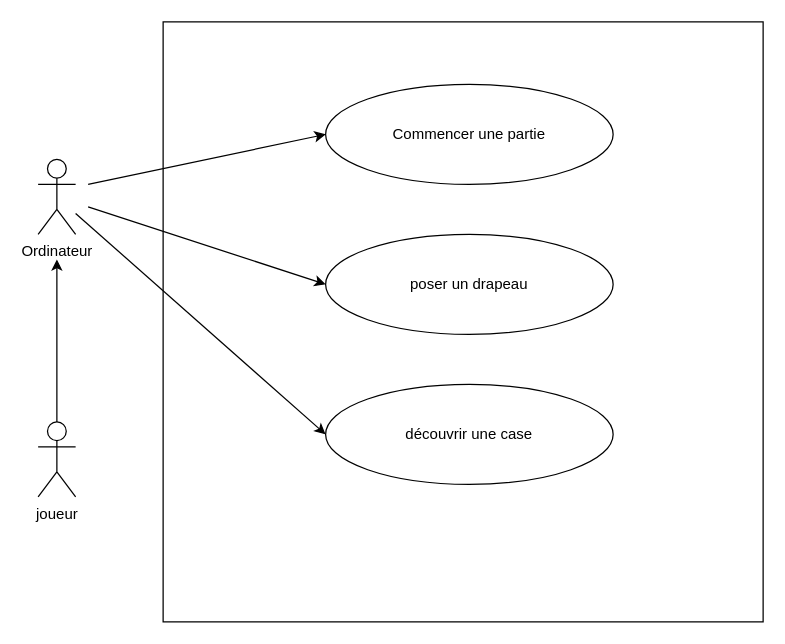
The draw.io diagram use_case.drawio in Amauryblo/Demineur, before the edit. Source tidied: cells renumbered, new cells numbered last; positions are measured from the earlier drawing's top-left corner, leaving out a move shared by most shapes. Both pictures are drawn from the tidied source at 125%, with x=0, y=0 at pixel (38, 21).
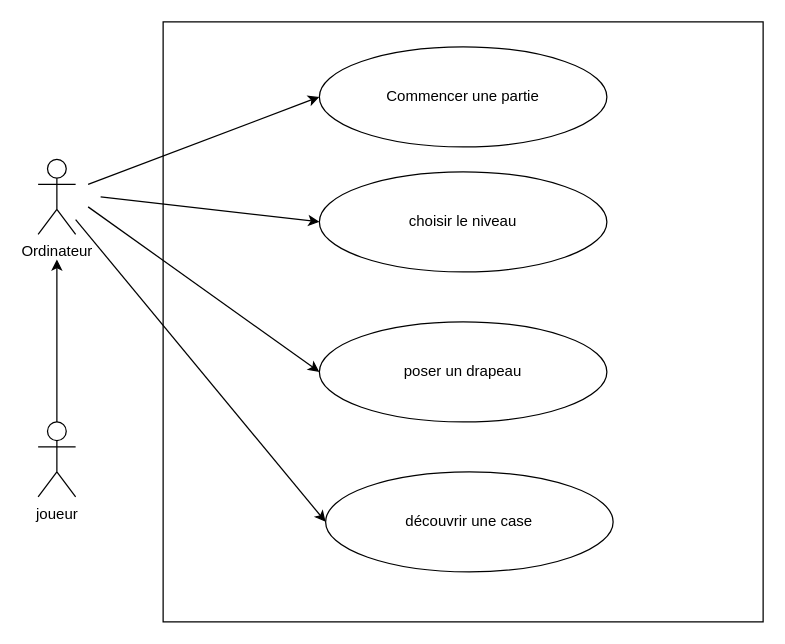
Above is the later version.

Commit message (it also covers changes not shown here):
Mettre à jour use_case.drawio

The edit, as a diff of the source:
```diff
@@
 <mxGraphModel>
   <root>
     <mxCell id="0" />
     <mxCell id="1" parent="0" />
     <mxCell id="2" style="whiteSpace=wrap;html=1;" parent="1" vertex="1">
       <mxGeometry x="100" width="480" height="480" as="geometry" />
     </mxCell>
     <mxCell id="3" style="edgeStyle=orthogonalEdgeStyle;rounded=0;jettySize=auto;html=1;" parent="1" edge="1" source="4">
       <mxGeometry relative="1" as="geometry">
         <mxPoint x="15" y="190" as="targetPoint" />
       </mxGeometry>
     </mxCell>
     <mxCell id="4" value="joueur" style="shape=umlActor;verticalLabelPosition=bottom;verticalAlign=top;html=1;outlineConnect=0;" parent="1" vertex="1">
       <mxGeometry y="320" width="30" height="60" as="geometry" />
     </mxCell>
     <mxCell id="5" value="Ordinateur" style="shape=umlActor;verticalLabelPosition=bottom;verticalAlign=top;html=1;outlineConnect=0;" parent="1" vertex="1">
       <mxGeometry y="110" width="30" height="60" as="geometry" />
     </mxCell>
     <mxCell id="6" style="endArrow=classic;html=1;rounded=0;entryX=0;entryY=0.5;entryDx=0;entryDy=0;" parent="1" edge="1" source="5" target="7">
       <mxGeometry relative="1" as="geometry" />
     </mxCell>
     <mxCell id="7" value="découvrir une case" style="ellipse;whiteSpace=wrap;html=1;" parent="1" vertex="1">
-      <mxGeometry x="230" y="290" width="230" height="80" as="geometry" />
+      <mxGeometry x="230" y="360" width="230" height="80" as="geometry" />
     </mxCell>
     <mxCell id="8" value="poser un drapeau" style="ellipse;whiteSpace=wrap;html=1;" parent="1" vertex="1">
-      <mxGeometry x="230" y="170" width="230" height="80" as="geometry" />
+      <mxGeometry x="225" y="240" width="230" height="80" as="geometry" />
     </mxCell>
     <mxCell id="9" value="Commencer une partie" style="ellipse;whiteSpace=wrap;html=1;" parent="1" vertex="1">
-      <mxGeometry x="230" y="50" width="230" height="80" as="geometry" />
+      <mxGeometry x="225" y="20" width="230" height="80" as="geometry" />
     </mxCell>
     <mxCell id="10" style="endArrow=classic;html=1;rounded=0;entryX=0;entryY=0.5;entryDx=0;entryDy=0;" parent="1" edge="1" target="8">
       <mxGeometry relative="1" as="geometry">
         <mxPoint x="40" y="148" as="sourcePoint" />
       </mxGeometry>
     </mxCell>
     <mxCell id="11" style="endArrow=classic;html=1;rounded=0;entryX=0;entryY=0.5;entryDx=0;entryDy=0;" parent="1" edge="1" target="9">
       <mxGeometry relative="1" as="geometry">
         <mxPoint x="40" y="130" as="sourcePoint" />
       </mxGeometry>
     </mxCell>
+    <mxCell id="12" value="choisir le niveau" style="ellipse;whiteSpace=wrap;html=1;" parent="1" vertex="1">
+      <mxGeometry x="225" y="120" width="230" height="80" as="geometry" />
+    </mxCell>
+    <mxCell id="13" style="endArrow=classic;html=1;rounded=0;entryX=0;entryY=0.5;entryDx=0;entryDy=0;" parent="1" edge="1" target="12">
+      <mxGeometry relative="1" as="geometry">
+        <mxPoint x="50" y="140" as="sourcePoint" />
+      </mxGeometry>
+    </mxCell>
   </root>
 </mxGraphModel>
```
